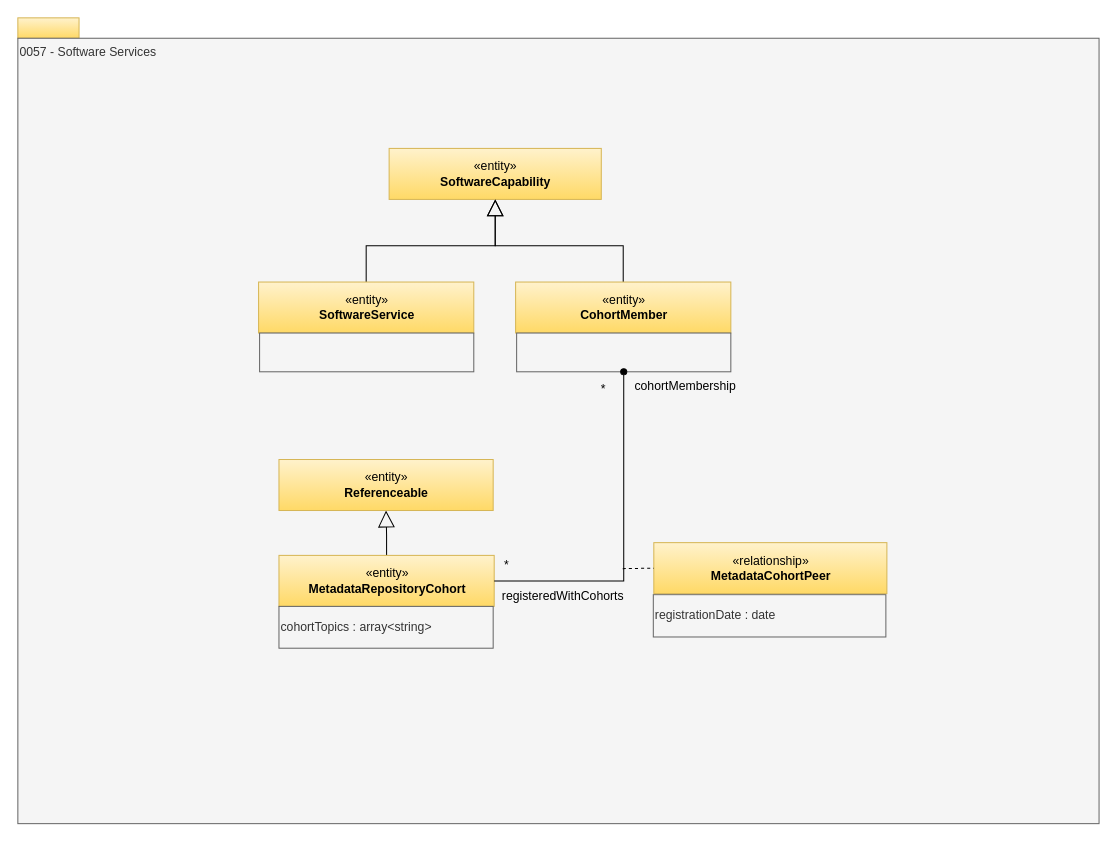
Above: page "0057-Software-Services" (29 of 31) of site/docs/types/0/area-0-basic-types-and-infrastructure.drawio in odpi/egeria-docs (draw.io), before the change. Source tidied: cells renumbered, new cells numbered last; positions are measured from the earlier drawing's top-left corner, leaving out a move shared by most shapes. Both pictures are drawn from the tidied source at 102%, with x=0, y=0 at pixel (17, 17).
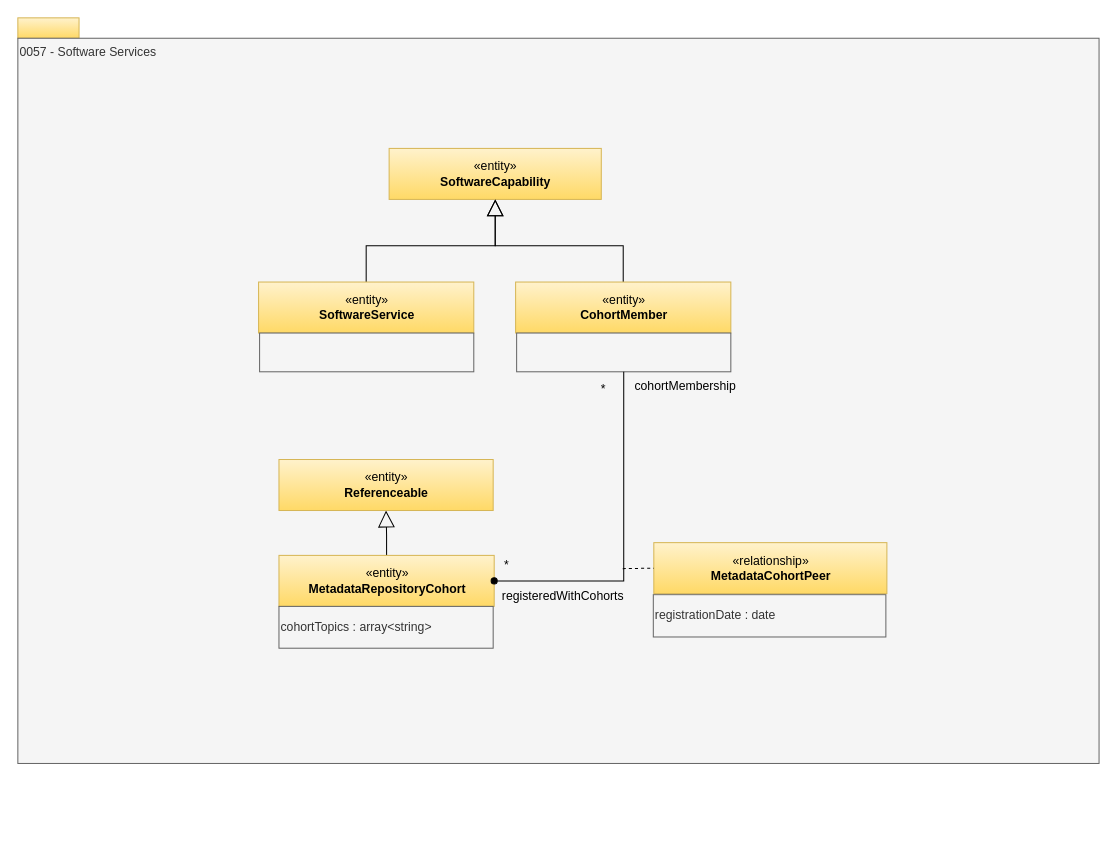
Above is the later version.

Commit message (it also covers changes not shown here):
Update cohort types

The change refers to these unchanged cells:
```xml
<mxCell id="7" style="rounded=0;whiteSpace=wrap;html=1;strokeColor=#666666;align=left;fillColor=#f5f5f5;fontColor=#333333;" parent="1" vertex="1">
  <mxGeometry x="489" y="309" width="210" height="38" as="geometry" />
</mxCell>
<mxCell id="9" value="«entity»&lt;br&gt;&lt;b&gt;MetadataRepositoryCohort&lt;/b&gt;" style="html=1;strokeColor=#d6b656;align=center;fillColor=#fff2cc;gradientColor=#ffd966;" parent="1" vertex="1">
  <mxGeometry x="256" y="527" width="211" height="50" as="geometry" />
</mxCell>
```

What changed in the source:
```diff
@@
     <mxCell id="3" value="0057 - Software Services" style="rounded=0;whiteSpace=wrap;html=1;align=left;verticalAlign=top;fillColor=#f5f5f5;fontColor=#333333;strokeColor=#666666;" parent="1" vertex="1">
-      <mxGeometry y="20" width="1060" height="770" as="geometry" />
+      <mxGeometry y="20" width="1060" height="711" as="geometry" />
     </mxCell>
@@
-    <mxCell id="11" style="edgeStyle=orthogonalEdgeStyle;rounded=0;jettySize=auto;html=1;exitX=0.5;exitY=1;exitDx=0;exitDy=0;endArrow=none;endFill=0;entryX=1;entryY=0.5;entryDx=0;entryDy=0;startArrow=oval;startFill=1;" parent="1" edge="1" source="7" target="9">
+    <mxCell id="11" style="edgeStyle=orthogonalEdgeStyle;rounded=0;jettySize=auto;html=1;endArrow=none;endFill=0;entryX=0.5;entryY=1;entryDx=0;entryDy=0;startArrow=oval;startFill=1;exitX=1;exitY=0.5;exitDx=0;exitDy=0;" parent="1" edge="1" source="9" target="7">
       <mxGeometry relative="1" as="geometry" />
     </mxCell>
```
